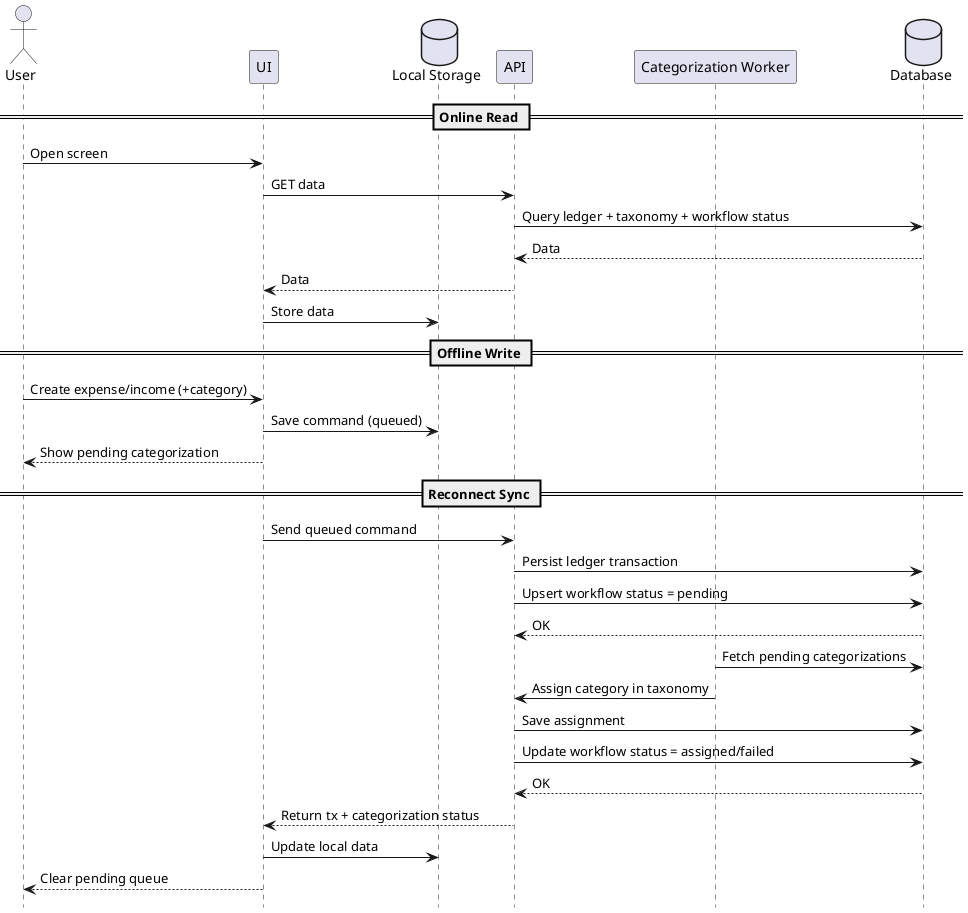
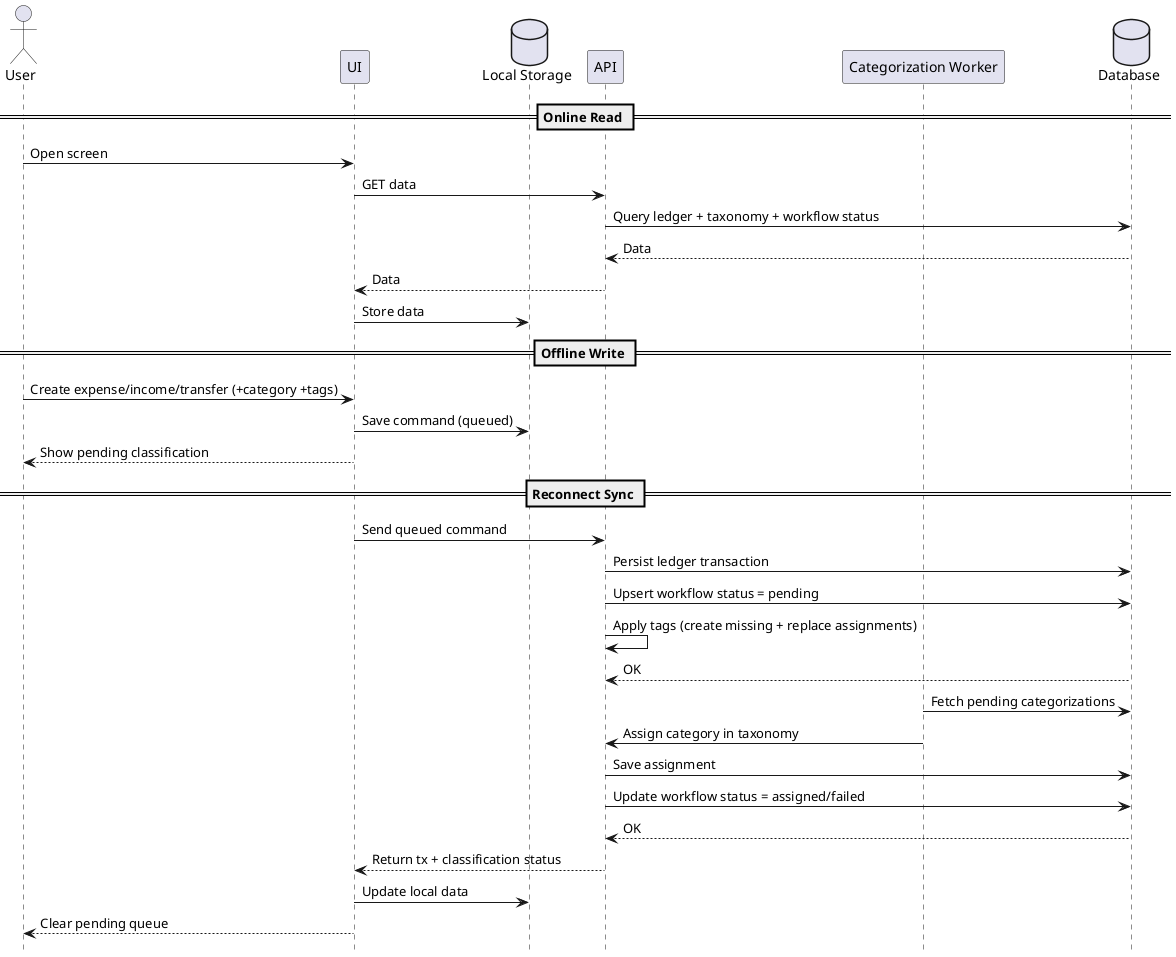
@startuml
hide footbox

actor User
participant UI
database "Local Storage" as Cache
participant API
participant "Categorization Worker" as Worker
database "Database" as DB

== Online Read ==
User -> UI : Open screen
UI -> API : GET data
API -> DB : Query ledger + taxonomy + workflow status
DB --> API : Data
API --> UI : Data
UI -> Cache : Store data

== Offline Write ==
- User -> UI : Create expense/income (+category)
+ User -> UI : Create expense/income/transfer (+category +tags)
UI -> Cache : Save command (queued)
- UI --> User : Show pending categorization
+ UI --> User : Show pending classification

== Reconnect Sync ==
UI -> API : Send queued command
API -> DB : Persist ledger transaction
API -> DB : Upsert workflow status = pending
+ API -> API : Apply tags (create missing + replace assignments)
DB --> API : OK

Worker -> DB : Fetch pending categorizations
Worker -> API : Assign category in taxonomy
API -> DB : Save assignment
API -> DB : Update workflow status = assigned/failed
DB --> API : OK

- API --> UI : Return tx + categorization status
+ API --> UI : Return tx + classification status
UI -> Cache : Update local data
UI --> User : Clear pending queue

@enduml
